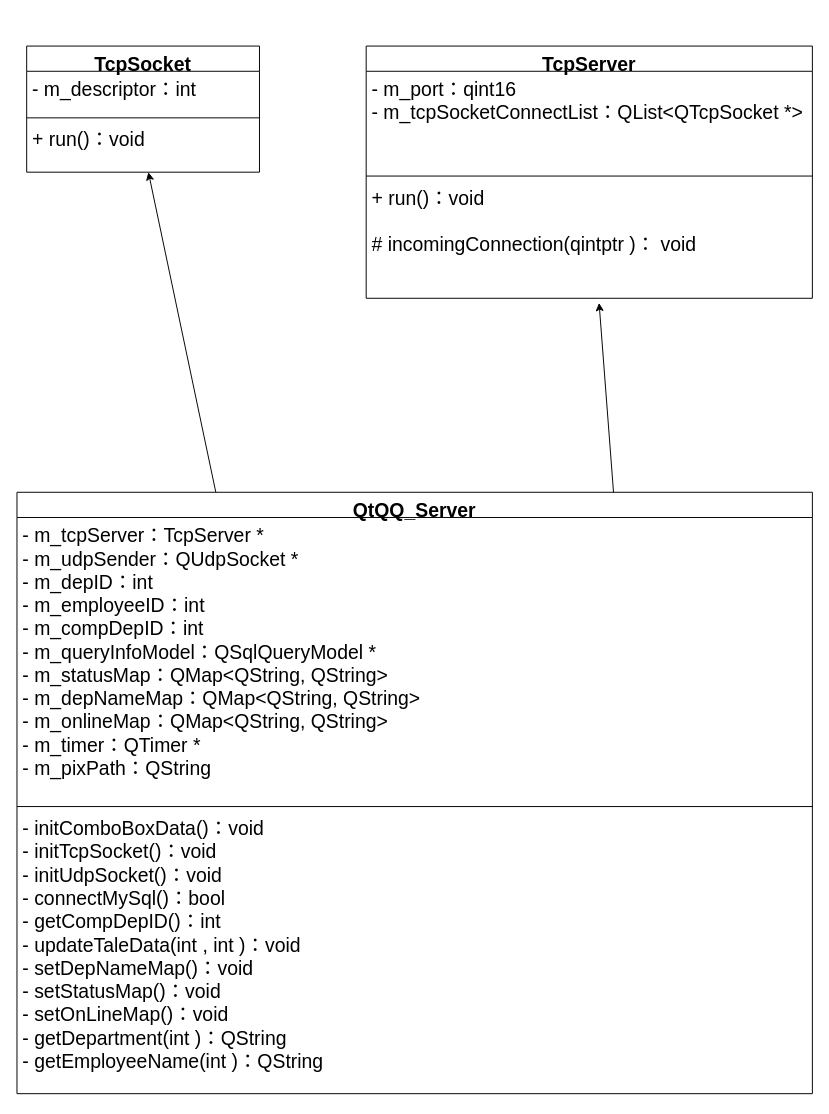
This is chart/QtQQ_Server类图.drawio from YangGuiTong/QtQQ, a draw.io file, before an edit. Source tidied: cells renumbered, new cells numbered last; positions are measured from the earlier drawing's top-left corner, leaving out a move shared by most shapes. Both pictures are drawn from the tidied source at 97%, with x=0, y=0 at pixel (16, 46).
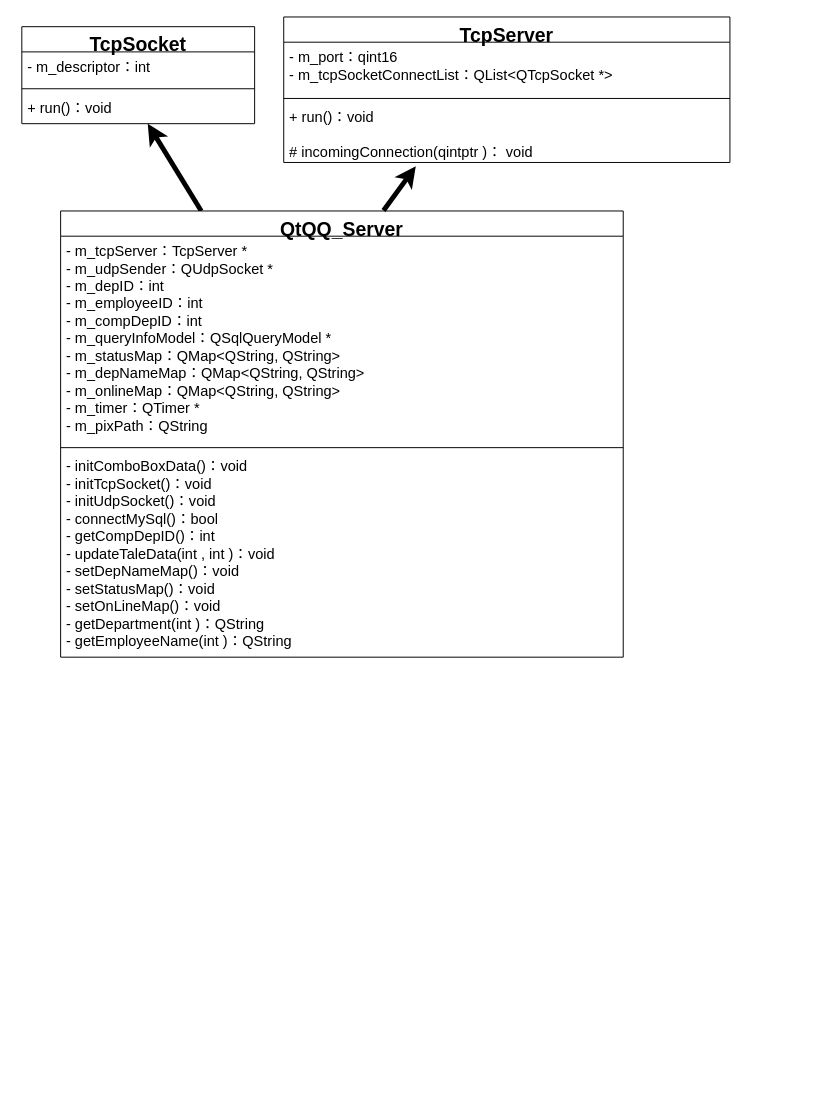
The same page after the edit.

Diff of the diagram source:
```diff
@@
 <mxGraphModel>
   <root>
     <mxCell id="0" />
     <mxCell id="1" parent="0" />
     <mxCell id="2" value="&lt;font style=&quot;font-size: 20px;&quot;&gt;TcpSocket&lt;/font&gt;" style="swimlane;fontStyle=1;align=center;verticalAlign=top;horizontal=1;startSize=26;whiteSpace=wrap;html=1;" parent="1" vertex="1">
-      <mxGeometry x="10" width="240" height="130" as="geometry" />
+      <mxGeometry x="5" y="-20" width="240" height="100" as="geometry" />
     </mxCell>
-    <mxCell id="3" value="&lt;font style=&quot;font-size: 20px;&quot;&gt;&lt;font style=&quot;font-size: 20px;&quot;&gt;- m_descriptor：&lt;/font&gt;int&amp;nbsp;&lt;/font&gt;" style="text;strokeColor=none;fillColor=none;align=left;verticalAlign=top;spacingLeft=4;spacingRight=4;overflow=hidden;whiteSpace=wrap;html=1;" parent="2" vertex="1">
-      <mxGeometry y="26" width="240" height="44" as="geometry" />
+    <mxCell id="3" value="&lt;font style=&quot;font-size: 15px;&quot;&gt;&lt;font style=&quot;font-size: 15px;&quot;&gt;- m_descriptor：&lt;/font&gt;int&amp;nbsp;&lt;/font&gt;" style="text;strokeColor=none;fillColor=none;align=left;verticalAlign=top;spacingLeft=4;spacingRight=4;overflow=hidden;whiteSpace=wrap;html=1;" parent="2" vertex="1">
+      <mxGeometry y="26" width="240" height="34" as="geometry" />
     </mxCell>
     <mxCell id="4" style="line;strokeWidth=1;fillColor=none;align=left;verticalAlign=middle;spacingTop=-1;spacingLeft=3;spacingRight=3;labelPosition=right;strokeColor=inherit;" parent="2" vertex="1">
-      <mxGeometry y="70" width="240" height="8" as="geometry" />
+      <mxGeometry y="60" width="240" height="8" as="geometry" />
     </mxCell>
-    <mxCell id="5" value="&lt;font style=&quot;font-size: 20px;&quot;&gt;+ run()：&lt;/font&gt;&lt;span style=&quot;font-size: 20px;&quot;&gt;void&amp;nbsp;&lt;/span&gt;" style="text;strokeColor=none;fillColor=none;align=left;verticalAlign=top;spacingLeft=4;spacingRight=4;overflow=hidden;points=[[0,0.5],[1,0.5]];portConstraint=eastwest;whiteSpace=wrap;html=1;" parent="2" vertex="1">
-      <mxGeometry y="78" width="240" height="52" as="geometry" />
+    <mxCell id="5" value="&lt;font style=&quot;font-size: 15px;&quot;&gt;&lt;font style=&quot;font-size: 15px;&quot;&gt;+ run()：&lt;/font&gt;void&amp;nbsp;&lt;/font&gt;" style="text;strokeColor=none;fillColor=none;align=left;verticalAlign=top;spacingLeft=4;spacingRight=4;overflow=hidden;points=[[0,0.5],[1,0.5]];portConstraint=eastwest;whiteSpace=wrap;html=1;" parent="2" vertex="1">
+      <mxGeometry y="68" width="240" height="32" as="geometry" />
     </mxCell>
     <mxCell id="6" value="&lt;font style=&quot;font-size: 20px;&quot;&gt;TcpServer&lt;/font&gt;" style="swimlane;fontStyle=1;align=center;verticalAlign=top;horizontal=1;startSize=26;whiteSpace=wrap;html=1;" parent="1" vertex="1">
-      <mxGeometry x="360" width="460" height="260" as="geometry" />
+      <mxGeometry x="275" y="-30" width="460" height="150" as="geometry" />
     </mxCell>
-    <mxCell id="7" value="&lt;div&gt;&lt;span style=&quot;font-size: 20px;&quot;&gt;- m_port：&lt;/span&gt;&lt;span style=&quot;font-size: 20px; background-color: initial;&quot;&gt;qint16&lt;/span&gt;&lt;span style=&quot;font-size: 20px; background-color: initial;&quot;&gt;&amp;nbsp;&lt;/span&gt;&lt;/div&gt;&lt;div&gt;&lt;span style=&quot;font-size: 20px; white-space: normal;&quot;&gt;- m_tcpSocketConnectList：&lt;/span&gt;&lt;span style=&quot;font-size: 20px; background-color: initial;&quot;&gt;QList&amp;lt;QTcpSocket *&amp;gt;&lt;/span&gt;&lt;/div&gt;" style="text;strokeColor=none;fillColor=none;align=left;verticalAlign=top;spacingLeft=4;spacingRight=4;overflow=hidden;whiteSpace=wrap;html=1;" parent="6" vertex="1">
-      <mxGeometry y="26" width="460" height="104" as="geometry" />
+    <mxCell id="7" value="&lt;div style=&quot;font-size: 15px;&quot;&gt;&lt;font style=&quot;font-size: 15px;&quot;&gt;- m_port：&lt;span style=&quot;background-color: initial;&quot;&gt;qint16&lt;/span&gt;&lt;span style=&quot;background-color: initial;&quot;&gt;&amp;nbsp;&lt;/span&gt;&lt;/font&gt;&lt;/div&gt;&lt;div style=&quot;font-size: 15px;&quot;&gt;&lt;font style=&quot;font-size: 15px;&quot;&gt;&lt;span style=&quot;white-space: normal;&quot;&gt;- m_tcpSocketConnectList：&lt;/span&gt;&lt;span style=&quot;background-color: initial;&quot;&gt;QList&amp;lt;QTcpSocket *&amp;gt;&lt;/span&gt;&lt;/font&gt;&lt;/div&gt;" style="text;strokeColor=none;fillColor=none;align=left;verticalAlign=top;spacingLeft=4;spacingRight=4;overflow=hidden;whiteSpace=wrap;html=1;" parent="6" vertex="1">
+      <mxGeometry y="26" width="460" height="54" as="geometry" />
     </mxCell>
     <mxCell id="8" style="line;strokeWidth=1;fillColor=none;align=left;verticalAlign=middle;spacingTop=-1;spacingLeft=3;spacingRight=3;labelPosition=right;strokeColor=inherit;" parent="6" vertex="1">
-      <mxGeometry y="130" width="460" height="8" as="geometry" />
+      <mxGeometry y="80" width="460" height="8" as="geometry" />
     </mxCell>
-    <mxCell id="9" value="&lt;font style=&quot;font-size: 20px;&quot;&gt;+ run()：&lt;/font&gt;&lt;span style=&quot;font-size: 20px;&quot;&gt;void&lt;/span&gt;&lt;div&gt;&lt;span style=&quot;font-size: 20px;&quot;&gt;&lt;br&gt;&lt;/span&gt;&lt;/div&gt;&lt;div&gt;&lt;span style=&quot;background-color: initial; font-size: 20px;&quot;&gt;# incomingConnection(qintptr )：&amp;nbsp;&lt;/span&gt;&lt;span style=&quot;font-size: 20px;&quot;&gt;void&amp;nbsp;&lt;/span&gt;&lt;span style=&quot;font-size: 20px;&quot;&gt;&amp;nbsp;&lt;/span&gt;&lt;/div&gt;" style="text;strokeColor=none;fillColor=none;align=left;verticalAlign=top;spacingLeft=4;spacingRight=4;overflow=hidden;points=[[0,0.5],[1,0.5]];portConstraint=eastwest;whiteSpace=wrap;html=1;" parent="6" vertex="1">
-      <mxGeometry y="138" width="460" height="122" as="geometry" />
+    <mxCell id="9" value="&lt;font style=&quot;font-size: 15px;&quot;&gt;&lt;font style=&quot;font-size: 15px;&quot;&gt;+ run()：&lt;/font&gt;void&lt;/font&gt;&lt;div style=&quot;font-size: 15px;&quot;&gt;&lt;font style=&quot;font-size: 15px;&quot;&gt;&lt;br&gt;&lt;/font&gt;&lt;/div&gt;&lt;div style=&quot;font-size: 15px;&quot;&gt;&lt;font style=&quot;font-size: 15px;&quot;&gt;&lt;span style=&quot;background-color: initial;&quot;&gt;# incomingConnection(qintptr )：&amp;nbsp;&lt;/span&gt;void&amp;nbsp;&amp;nbsp;&lt;/font&gt;&lt;/div&gt;" style="text;strokeColor=none;fillColor=none;align=left;verticalAlign=top;spacingLeft=4;spacingRight=4;overflow=hidden;points=[[0,0.5],[1,0.5]];portConstraint=eastwest;whiteSpace=wrap;html=1;" parent="6" vertex="1">
+      <mxGeometry y="88" width="460" height="62" as="geometry" />
     </mxCell>
-    <mxCell id="10" style="edgeStyle=none;rounded=0;jettySize=auto;html=1;exitX=0.25;exitY=0;exitDx=0;exitDy=0;" parent="1" edge="1" source="11" target="5">
+    <mxCell id="10" style="edgeStyle=none;rounded=0;jettySize=auto;html=1;exitX=0.25;exitY=0;exitDx=0;exitDy=0;strokeWidth=5;" parent="1" edge="1" source="11" target="5">
       <mxGeometry relative="1" as="geometry" />
     </mxCell>
     <mxCell id="11" value="&lt;font style=&quot;font-size: 20px;&quot;&gt;QtQQ_Server&lt;/font&gt;" style="swimlane;fontStyle=1;align=center;verticalAlign=top;horizontal=1;startSize=26;whiteSpace=wrap;html=1;" parent="1" vertex="1">
-      <mxGeometry y="460" width="820" height="620" as="geometry" />
+      <mxGeometry x="45" y="170" width="580" height="460" as="geometry" />
     </mxCell>
-    <mxCell id="12" value="&lt;div&gt;&lt;span style=&quot;font-size: 20px;&quot;&gt;- m_tcpServer：&lt;/span&gt;&lt;span style=&quot;font-size: 20px; background-color: initial;&quot;&gt;TcpServer *&lt;/span&gt;&lt;/div&gt;&lt;div&gt;&lt;span style=&quot;font-size: 20px; white-space: normal;&quot;&gt;- m_udpSender：&lt;/span&gt;&lt;span style=&quot;font-size: 20px; background-color: initial;&quot;&gt;QUdpSocket *&lt;/span&gt;&lt;/div&gt;&lt;div&gt;&lt;span style=&quot;font-size: 20px; background-color: initial;&quot;&gt;- m_depID：&lt;/span&gt;&lt;span style=&quot;font-size: 20px; background-color: initial;&quot;&gt;int&lt;/span&gt;&lt;span style=&quot;font-size: 20px; background-color: initial;&quot;&gt;&amp;nbsp;&lt;/span&gt;&lt;br&gt;&lt;/div&gt;&lt;div&gt;&lt;span style=&quot;font-size: 20px; white-space: normal;&quot;&gt;- m_employeeID：&lt;/span&gt;&lt;span style=&quot;font-size: 20px; background-color: initial;&quot;&gt;int&lt;/span&gt;&lt;span style=&quot;font-size: 20px; background-color: initial;&quot;&gt;&amp;nbsp;&lt;/span&gt;&lt;/div&gt;&lt;div&gt;&lt;span style=&quot;font-size: 20px; background-color: initial;&quot;&gt;- m_compDepID：&lt;/span&gt;&lt;span style=&quot;font-size: 20px; background-color: initial;&quot;&gt;int&lt;/span&gt;&lt;span style=&quot;font-size: 20px; background-color: initial;&quot;&gt;&amp;nbsp;&lt;/span&gt;&lt;br&gt;&lt;/div&gt;&lt;div&gt;&lt;span style=&quot;font-size: 20px; white-space: normal;&quot;&gt;- m_queryInfoModel：&lt;/span&gt;&lt;span style=&quot;font-size: 20px; background-color: initial;&quot;&gt;QSqlQueryModel *&lt;/span&gt;&lt;/div&gt;&lt;div&gt;&lt;span style=&quot;font-size: 20px; background-color: initial;&quot;&gt;- m_statusMap：&lt;/span&gt;&lt;span style=&quot;font-size: 20px; background-color: initial;&quot;&gt;QMap&amp;lt;QString, QString&amp;gt;&lt;/span&gt;&lt;span style=&quot;font-size: 20px; background-color: initial;&quot;&gt;&amp;nbsp;&lt;/span&gt;&lt;br&gt;&lt;/div&gt;&lt;div&gt;&lt;span style=&quot;font-size: 20px; white-space: normal;&quot;&gt;- m_depNameMap：&lt;/span&gt;&lt;span style=&quot;font-size: 20px; background-color: initial;&quot;&gt;QMap&amp;lt;QString, QString&amp;gt;&lt;/span&gt;&lt;span style=&quot;font-size: 20px; background-color: initial;&quot;&gt;&amp;nbsp;&lt;/span&gt;&lt;/div&gt;&lt;div&gt;&lt;span style=&quot;font-size: 20px; white-space: normal;&quot;&gt;- m_onlineMap：&lt;/span&gt;&lt;span style=&quot;font-size: 20px; background-color: initial;&quot;&gt;QMap&amp;lt;QString, QString&amp;gt;&lt;/span&gt;&lt;span style=&quot;font-size: 20px; background-color: initial;&quot;&gt;&amp;nbsp;&lt;/span&gt;&lt;/div&gt;&lt;div&gt;&lt;span style=&quot;font-size: 20px; background-color: initial;&quot;&gt;- m_timer：&lt;/span&gt;&lt;span style=&quot;font-size: 20px; background-color: initial;&quot;&gt;QTimer *&lt;/span&gt;&lt;br&gt;&lt;/div&gt;&lt;div&gt;&lt;span style=&quot;font-size: 20px; background-color: initial;&quot;&gt;- m_pixPath：&lt;/span&gt;&lt;span style=&quot;font-size: 20px; background-color: initial;&quot;&gt;QString&lt;/span&gt;&lt;br&gt;&lt;/div&gt;" style="text;strokeColor=none;fillColor=none;align=left;verticalAlign=top;spacingLeft=4;spacingRight=4;overflow=hidden;whiteSpace=wrap;html=1;" parent="11" vertex="1">
-      <mxGeometry y="26" width="820" height="294" as="geometry" />
+    <mxCell id="12" value="&lt;div style=&quot;font-size: 15px;&quot;&gt;&lt;font style=&quot;font-size: 15px;&quot;&gt;- m_tcpServer：&lt;span style=&quot;background-color: initial;&quot;&gt;TcpServer *&lt;/span&gt;&lt;/font&gt;&lt;/div&gt;&lt;div style=&quot;font-size: 15px;&quot;&gt;&lt;font style=&quot;font-size: 15px;&quot;&gt;&lt;span style=&quot;white-space: normal;&quot;&gt;- m_udpSender：&lt;/span&gt;&lt;span style=&quot;background-color: initial;&quot;&gt;QUdpSocket *&lt;/span&gt;&lt;/font&gt;&lt;/div&gt;&lt;div style=&quot;font-size: 15px;&quot;&gt;&lt;font style=&quot;font-size: 15px;&quot;&gt;&lt;span style=&quot;background-color: initial;&quot;&gt;- m_depID：&lt;/span&gt;&lt;span style=&quot;background-color: initial;&quot;&gt;int&lt;/span&gt;&lt;span style=&quot;background-color: initial;&quot;&gt;&amp;nbsp;&lt;/span&gt;&lt;br&gt;&lt;/font&gt;&lt;/div&gt;&lt;div style=&quot;font-size: 15px;&quot;&gt;&lt;font style=&quot;font-size: 15px;&quot;&gt;&lt;span style=&quot;white-space: normal;&quot;&gt;- m_employeeID：&lt;/span&gt;&lt;span style=&quot;background-color: initial;&quot;&gt;int&lt;/span&gt;&lt;span style=&quot;background-color: initial;&quot;&gt;&amp;nbsp;&lt;/span&gt;&lt;/font&gt;&lt;/div&gt;&lt;div style=&quot;font-size: 15px;&quot;&gt;&lt;font style=&quot;font-size: 15px;&quot;&gt;&lt;span style=&quot;background-color: initial;&quot;&gt;- m_compDepID：&lt;/span&gt;&lt;span style=&quot;background-color: initial;&quot;&gt;int&lt;/span&gt;&lt;span style=&quot;background-color: initial;&quot;&gt;&amp;nbsp;&lt;/span&gt;&lt;br&gt;&lt;/font&gt;&lt;/div&gt;&lt;div style=&quot;font-size: 15px;&quot;&gt;&lt;font style=&quot;font-size: 15px;&quot;&gt;&lt;span style=&quot;white-space: normal;&quot;&gt;- m_queryInfoModel：&lt;/span&gt;&lt;span style=&quot;background-color: initial;&quot;&gt;QSqlQueryModel *&lt;/span&gt;&lt;/font&gt;&lt;/div&gt;&lt;div style=&quot;font-size: 15px;&quot;&gt;&lt;font style=&quot;font-size: 15px;&quot;&gt;&lt;span style=&quot;background-color: initial;&quot;&gt;- m_statusMap：&lt;/span&gt;&lt;span style=&quot;background-color: initial;&quot;&gt;QMap&amp;lt;QString, QString&amp;gt;&lt;/span&gt;&lt;span style=&quot;background-color: initial;&quot;&gt;&amp;nbsp;&lt;/span&gt;&lt;br&gt;&lt;/font&gt;&lt;/div&gt;&lt;div style=&quot;font-size: 15px;&quot;&gt;&lt;font style=&quot;font-size: 15px;&quot;&gt;&lt;span style=&quot;white-space: normal;&quot;&gt;- m_depNameMap：&lt;/span&gt;&lt;span style=&quot;background-color: initial;&quot;&gt;QMap&amp;lt;QString, QString&amp;gt;&lt;/span&gt;&lt;span style=&quot;background-color: initial;&quot;&gt;&amp;nbsp;&lt;/span&gt;&lt;/font&gt;&lt;/div&gt;&lt;div style=&quot;font-size: 15px;&quot;&gt;&lt;font style=&quot;font-size: 15px;&quot;&gt;&lt;span style=&quot;white-space: normal;&quot;&gt;- m_onlineMap：&lt;/span&gt;&lt;span style=&quot;background-color: initial;&quot;&gt;QMap&amp;lt;QString, QString&amp;gt;&lt;/span&gt;&lt;span style=&quot;background-color: initial;&quot;&gt;&amp;nbsp;&lt;/span&gt;&lt;/font&gt;&lt;/div&gt;&lt;div style=&quot;font-size: 15px;&quot;&gt;&lt;font style=&quot;font-size: 15px;&quot;&gt;&lt;span style=&quot;background-color: initial;&quot;&gt;- m_timer：&lt;/span&gt;&lt;span style=&quot;background-color: initial;&quot;&gt;QTimer *&lt;/span&gt;&lt;br&gt;&lt;/font&gt;&lt;/div&gt;&lt;div style=&quot;font-size: 15px;&quot;&gt;&lt;font style=&quot;font-size: 15px;&quot;&gt;&lt;span style=&quot;background-color: initial;&quot;&gt;- m_pixPath：&lt;/span&gt;&lt;span style=&quot;background-color: initial;&quot;&gt;QString&lt;/span&gt;&lt;/font&gt;&lt;br&gt;&lt;/div&gt;" style="text;strokeColor=none;fillColor=none;align=left;verticalAlign=top;spacingLeft=4;spacingRight=4;overflow=hidden;whiteSpace=wrap;html=1;" parent="11" vertex="1">
+      <mxGeometry y="26" width="580" height="214" as="geometry" />
     </mxCell>
     <mxCell id="13" style="line;strokeWidth=1;fillColor=none;align=left;verticalAlign=middle;spacingTop=-1;spacingLeft=3;spacingRight=3;labelPosition=right;strokeColor=inherit;" parent="11" vertex="1">
-      <mxGeometry y="320" width="820" height="8" as="geometry" />
+      <mxGeometry y="240" width="580" height="8" as="geometry" />
     </mxCell>
-    <mxCell id="14" value="&lt;div&gt;&lt;span style=&quot;font-size: 20px;&quot;&gt;- initComboBoxData()：&lt;/span&gt;&lt;span style=&quot;font-size: 20px; background-color: initial;&quot;&gt;void&lt;/span&gt;&lt;span style=&quot;font-size: 20px; background-color: initial;&quot;&gt;&amp;nbsp;&lt;/span&gt;&lt;/div&gt;&lt;div&gt;&lt;span style=&quot;font-size: 20px;&quot;&gt;- initTcpSocket()：&lt;/span&gt;&lt;span style=&quot;font-size: 20px; background-color: initial;&quot;&gt;void&lt;/span&gt;&lt;span style=&quot;font-size: 20px; background-color: initial;&quot;&gt;&amp;nbsp;&lt;/span&gt;&lt;/div&gt;&lt;div&gt;&lt;span style=&quot;font-size: 20px;&quot;&gt;- initUdpSocket()：&lt;/span&gt;&lt;span style=&quot;font-size: 20px; background-color: initial;&quot;&gt;void&lt;/span&gt;&lt;span style=&quot;font-size: 20px; background-color: initial;&quot;&gt;&amp;nbsp;&lt;/span&gt;&lt;/div&gt;&lt;div&gt;&lt;span style=&quot;font-size: 20px;&quot;&gt;- connectMySql()：&lt;/span&gt;&lt;span style=&quot;font-size: 20px; background-color: initial;&quot;&gt;bool&lt;/span&gt;&lt;span style=&quot;font-size: 20px; background-color: initial;&quot;&gt;&amp;nbsp;&lt;/span&gt;&lt;/div&gt;&lt;div&gt;&lt;span style=&quot;font-size: 20px;&quot;&gt;- getCompDepID()：&lt;/span&gt;&lt;span style=&quot;font-size: 20px; background-color: initial;&quot;&gt;int&lt;/span&gt;&lt;span style=&quot;font-size: 20px; background-color: initial;&quot;&gt;&amp;nbsp;&lt;/span&gt;&lt;/div&gt;&lt;div&gt;&lt;span style=&quot;font-size: 20px;&quot;&gt;- updateTaleData(int , int )：&lt;/span&gt;&lt;span style=&quot;font-size: 20px; background-color: initial;&quot;&gt;void&lt;/span&gt;&lt;/div&gt;&lt;div&gt;&lt;span style=&quot;font-size: 20px;&quot;&gt;- setDepNameMap()：&lt;/span&gt;&lt;span style=&quot;font-size: 20px; background-color: initial;&quot;&gt;void&lt;/span&gt;&lt;span style=&quot;font-size: 20px; background-color: initial;&quot;&gt;&amp;nbsp;&lt;/span&gt;&lt;/div&gt;&lt;div&gt;&lt;span style=&quot;font-size: 20px;&quot;&gt;- setStatusMap()：&lt;/span&gt;&lt;span style=&quot;font-size: 20px; background-color: initial;&quot;&gt;void&lt;/span&gt;&lt;span style=&quot;font-size: 20px; background-color: initial;&quot;&gt;&amp;nbsp;&lt;/span&gt;&lt;/div&gt;&lt;div&gt;&lt;span style=&quot;font-size: 20px;&quot;&gt;- setOnLineMap()：&lt;/span&gt;&lt;span style=&quot;font-size: 20px; background-color: initial;&quot;&gt;void&lt;/span&gt;&lt;span style=&quot;font-size: 20px; background-color: initial;&quot;&gt;&amp;nbsp;&lt;/span&gt;&lt;/div&gt;&lt;div&gt;&lt;span style=&quot;font-size: 20px;&quot;&gt;- getDepartment(int )：&lt;/span&gt;&lt;span style=&quot;font-size: 20px; background-color: initial;&quot;&gt;QString&lt;/span&gt;&lt;span style=&quot;font-size: 20px; background-color: initial;&quot;&gt;&amp;nbsp;&lt;/span&gt;&lt;/div&gt;&lt;div&gt;&lt;span style=&quot;font-size: 20px;&quot;&gt;- getEmployeeName(int )：&lt;/span&gt;&lt;span style=&quot;font-size: 20px; background-color: initial;&quot;&gt;QString&lt;/span&gt;&lt;span style=&quot;font-size: 20px; background-color: initial;&quot;&gt;&amp;nbsp;&lt;/span&gt;&lt;/div&gt;&lt;div&gt;&lt;br&gt;&lt;/div&gt;" style="text;strokeColor=none;fillColor=none;align=left;verticalAlign=top;spacingLeft=4;spacingRight=4;overflow=hidden;whiteSpace=wrap;html=1;" parent="11" vertex="1">
-      <mxGeometry y="328" width="820" height="292" as="geometry" />
+    <mxCell id="14" value="&lt;div style=&quot;font-size: 15px;&quot;&gt;&lt;font style=&quot;font-size: 15px;&quot;&gt;- initComboBoxData()：&lt;span style=&quot;background-color: initial;&quot;&gt;void&lt;/span&gt;&lt;span style=&quot;background-color: initial;&quot;&gt;&amp;nbsp;&lt;/span&gt;&lt;/font&gt;&lt;/div&gt;&lt;div style=&quot;font-size: 15px;&quot;&gt;&lt;font style=&quot;font-size: 15px;&quot;&gt;- initTcpSocket()：&lt;span style=&quot;background-color: initial;&quot;&gt;void&lt;/span&gt;&lt;span style=&quot;background-color: initial;&quot;&gt;&amp;nbsp;&lt;/span&gt;&lt;/font&gt;&lt;/div&gt;&lt;div style=&quot;font-size: 15px;&quot;&gt;&lt;font style=&quot;font-size: 15px;&quot;&gt;- initUdpSocket()：&lt;span style=&quot;background-color: initial;&quot;&gt;void&lt;/span&gt;&lt;span style=&quot;background-color: initial;&quot;&gt;&amp;nbsp;&lt;/span&gt;&lt;/font&gt;&lt;/div&gt;&lt;div style=&quot;font-size: 15px;&quot;&gt;&lt;font style=&quot;font-size: 15px;&quot;&gt;- connectMySql()：&lt;span style=&quot;background-color: initial;&quot;&gt;bool&lt;/span&gt;&lt;span style=&quot;background-color: initial;&quot;&gt;&amp;nbsp;&lt;/span&gt;&lt;/font&gt;&lt;/div&gt;&lt;div style=&quot;font-size: 15px;&quot;&gt;&lt;font style=&quot;font-size: 15px;&quot;&gt;- getCompDepID()：&lt;span style=&quot;background-color: initial;&quot;&gt;int&lt;/span&gt;&lt;span style=&quot;background-color: initial;&quot;&gt;&amp;nbsp;&lt;/span&gt;&lt;/font&gt;&lt;/div&gt;&lt;div style=&quot;font-size: 15px;&quot;&gt;&lt;font style=&quot;font-size: 15px;&quot;&gt;- updateTaleData(int , int )：&lt;span style=&quot;background-color: initial;&quot;&gt;void&lt;/span&gt;&lt;/font&gt;&lt;/div&gt;&lt;div style=&quot;font-size: 15px;&quot;&gt;&lt;font style=&quot;font-size: 15px;&quot;&gt;- setDepNameMap()：&lt;span style=&quot;background-color: initial;&quot;&gt;void&lt;/span&gt;&lt;span style=&quot;background-color: initial;&quot;&gt;&amp;nbsp;&lt;/span&gt;&lt;/font&gt;&lt;/div&gt;&lt;div style=&quot;font-size: 15px;&quot;&gt;&lt;font style=&quot;font-size: 15px;&quot;&gt;- setStatusMap()：&lt;span style=&quot;background-color: initial;&quot;&gt;void&lt;/span&gt;&lt;span style=&quot;background-color: initial;&quot;&gt;&amp;nbsp;&lt;/span&gt;&lt;/font&gt;&lt;/div&gt;&lt;div style=&quot;font-size: 15px;&quot;&gt;&lt;font style=&quot;font-size: 15px;&quot;&gt;- setOnLineMap()：&lt;span style=&quot;background-color: initial;&quot;&gt;void&lt;/span&gt;&lt;span style=&quot;background-color: initial;&quot;&gt;&amp;nbsp;&lt;/span&gt;&lt;/font&gt;&lt;/div&gt;&lt;div style=&quot;font-size: 15px;&quot;&gt;&lt;font style=&quot;font-size: 15px;&quot;&gt;- getDepartment(int )：&lt;span style=&quot;background-color: initial;&quot;&gt;QString&lt;/span&gt;&lt;span style=&quot;background-color: initial;&quot;&gt;&amp;nbsp;&lt;/span&gt;&lt;/font&gt;&lt;/div&gt;&lt;div style=&quot;font-size: 15px;&quot;&gt;&lt;font style=&quot;font-size: 15px;&quot;&gt;- getEmployeeName(int )：&lt;span style=&quot;background-color: initial;&quot;&gt;QString&lt;/span&gt;&lt;span style=&quot;background-color: initial;&quot;&gt;&amp;nbsp;&lt;/span&gt;&lt;/font&gt;&lt;/div&gt;&lt;div style=&quot;font-size: 15px;&quot;&gt;&lt;br&gt;&lt;/div&gt;" style="text;strokeColor=none;fillColor=none;align=left;verticalAlign=top;spacingLeft=4;spacingRight=4;overflow=hidden;whiteSpace=wrap;html=1;" parent="11" vertex="1">
+      <mxGeometry y="248" width="580" height="212" as="geometry" />
     </mxCell>
-    <mxCell id="15" style="edgeStyle=none;rounded=0;jettySize=auto;html=1;exitX=0.75;exitY=0;exitDx=0;exitDy=0;entryX=0.522;entryY=1.039;entryDx=0;entryDy=0;entryPerimeter=0;" parent="1" edge="1" source="11" target="9">
+    <mxCell id="15" style="edgeStyle=none;rounded=0;jettySize=auto;html=1;exitX=0.574;exitY=-0.001;exitDx=0;exitDy=0;entryX=0.296;entryY=1.062;entryDx=0;entryDy=0;entryPerimeter=0;exitPerimeter=0;strokeWidth=5;" parent="1" edge="1" source="11" target="9">
       <mxGeometry relative="1" as="geometry" />
     </mxCell>
   </root>
 </mxGraphModel>
```
